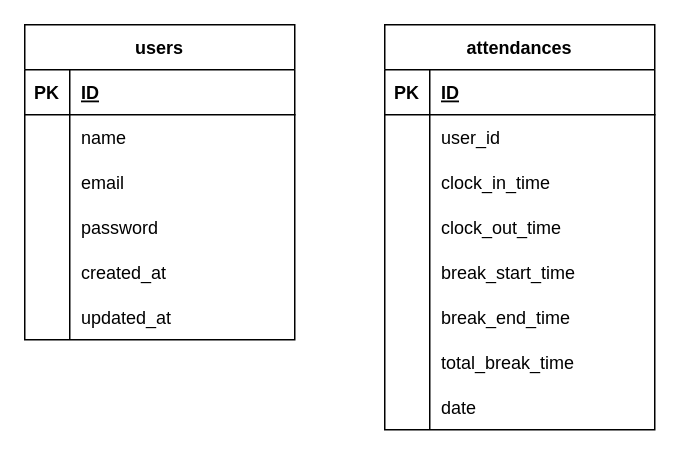
Before: src/er.dio in sakanadaketabetetai/attendance, a draw.io diagram. Source tidied: cells renumbered, new cells numbered last; positions are measured from the earlier drawing's top-left corner, leaving out a move shared by most shapes. Both pictures are drawn from the tidied source at 150%, with x=0, y=0 at pixel (24, 24).
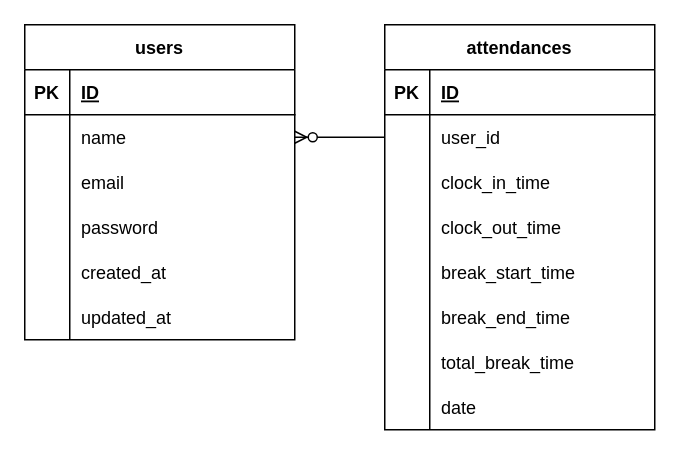
After the change.

Unchanged cells that the change refers to:
```xml
<mxCell id="6" style="shape=tableRow;horizontal=0;startSize=0;swimlaneHead=0;swimlaneBody=0;fillColor=none;points=[[0,0.5],[1,0.5]];portConstraint=eastwest;top=0;left=0;right=0;bottom=0;" parent="2" vertex="1">
  <mxGeometry y="60" width="180" height="30" as="geometry" />
</mxCell>
<mxCell id="25" style="shape=tableRow;horizontal=0;startSize=0;swimlaneHead=0;swimlaneBody=0;fillColor=none;points=[[0,0.5],[1,0.5]];portConstraint=eastwest;top=0;left=0;right=0;bottom=0;" parent="21" vertex="1">
  <mxGeometry y="60" width="180" height="30" as="geometry" />
</mxCell>
```

Diff of the diagram source:
```diff
@@
+    <mxCell id="46" style="fontSize=12;html=1;endArrow=ERzeroToMany;endFill=1;entryX=1;entryY=0.5;entryDx=0;entryDy=0;exitX=0;exitY=0.5;exitDx=0;exitDy=0;" parent="1" edge="1" source="25" target="6">
+      <mxGeometry relative="1" as="geometry" />
+    </mxCell>
```
